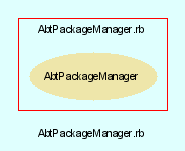
Before: src/trunk/doc/dot/f_5.png, a diagram exported from Graphviz (eschabell/abtlinux). Its source is kept beside it as src/trunk/doc/dot/f_5.dot.
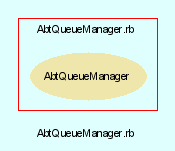
Above is the later version.

Diff of the diagram source:
```diff
@@ -3,24 +3,24 @@
     bgcolor = lightcyan1
     fontname = Arial
     fontsize = 8
-    label = "AbtPackageManager.rb"
+    label = "AbtQueueManager.rb"
     node [
         fontname = Arial,
         fontsize = 8,
         color = black
     ]
 
-    subgraph cluster_5 {
+    subgraph cluster_6 {
         fontname = Arial
         color = red
-        label = "AbtPackageManager.rb"
-        AbtPackageManager [
+        label = "AbtQueueManager.rb"
+        AbtQueueManager [
             fontcolor = black,
-            URL = "classes/AbtPackageManager.html",
+            URL = "classes/AbtQueueManager.html",
             shape = ellipse,
             color = palegoldenrod,
             style = filled,
-            label = "AbtPackageManager"
+            label = "AbtQueueManager"
         ]
 
     }
```
